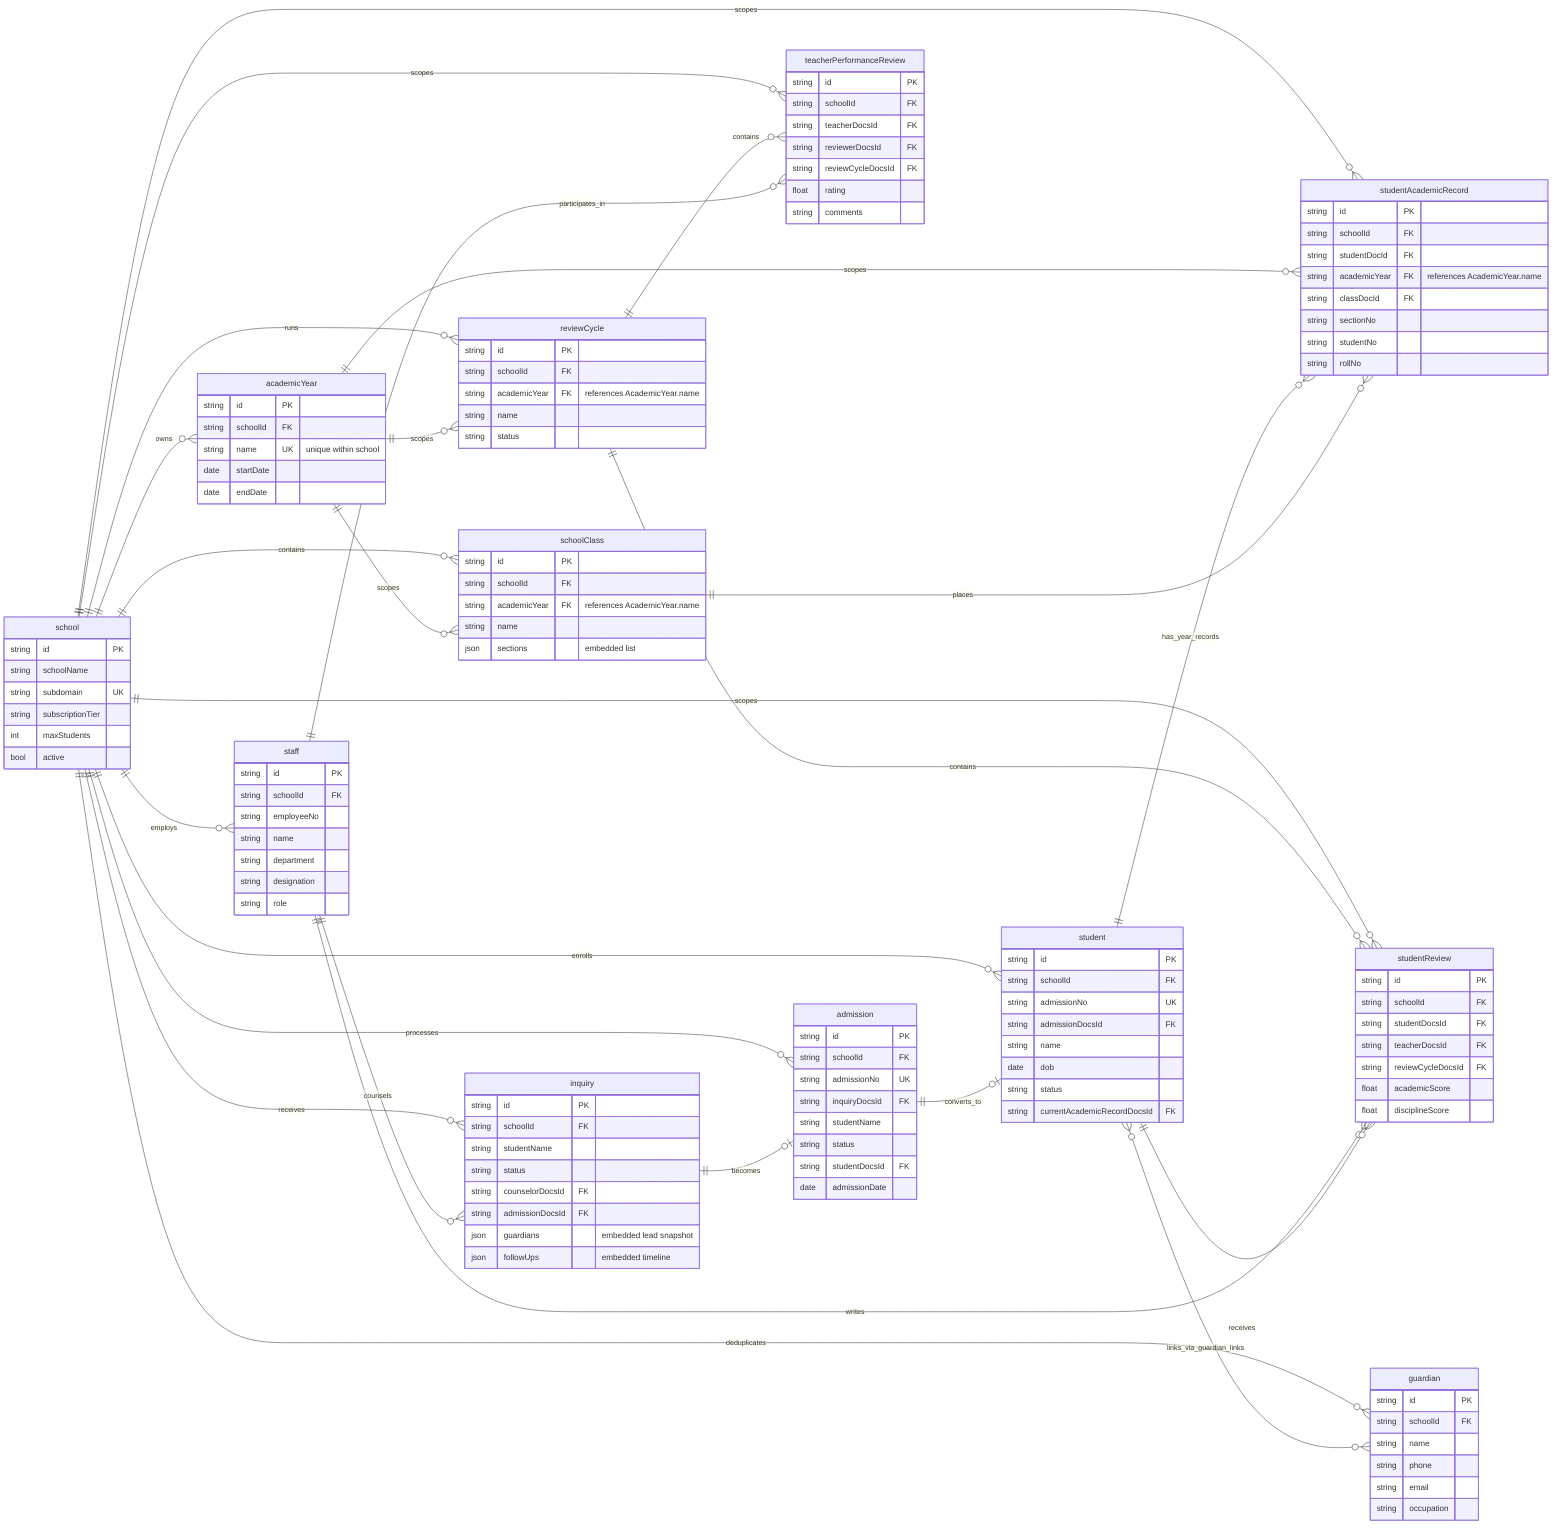
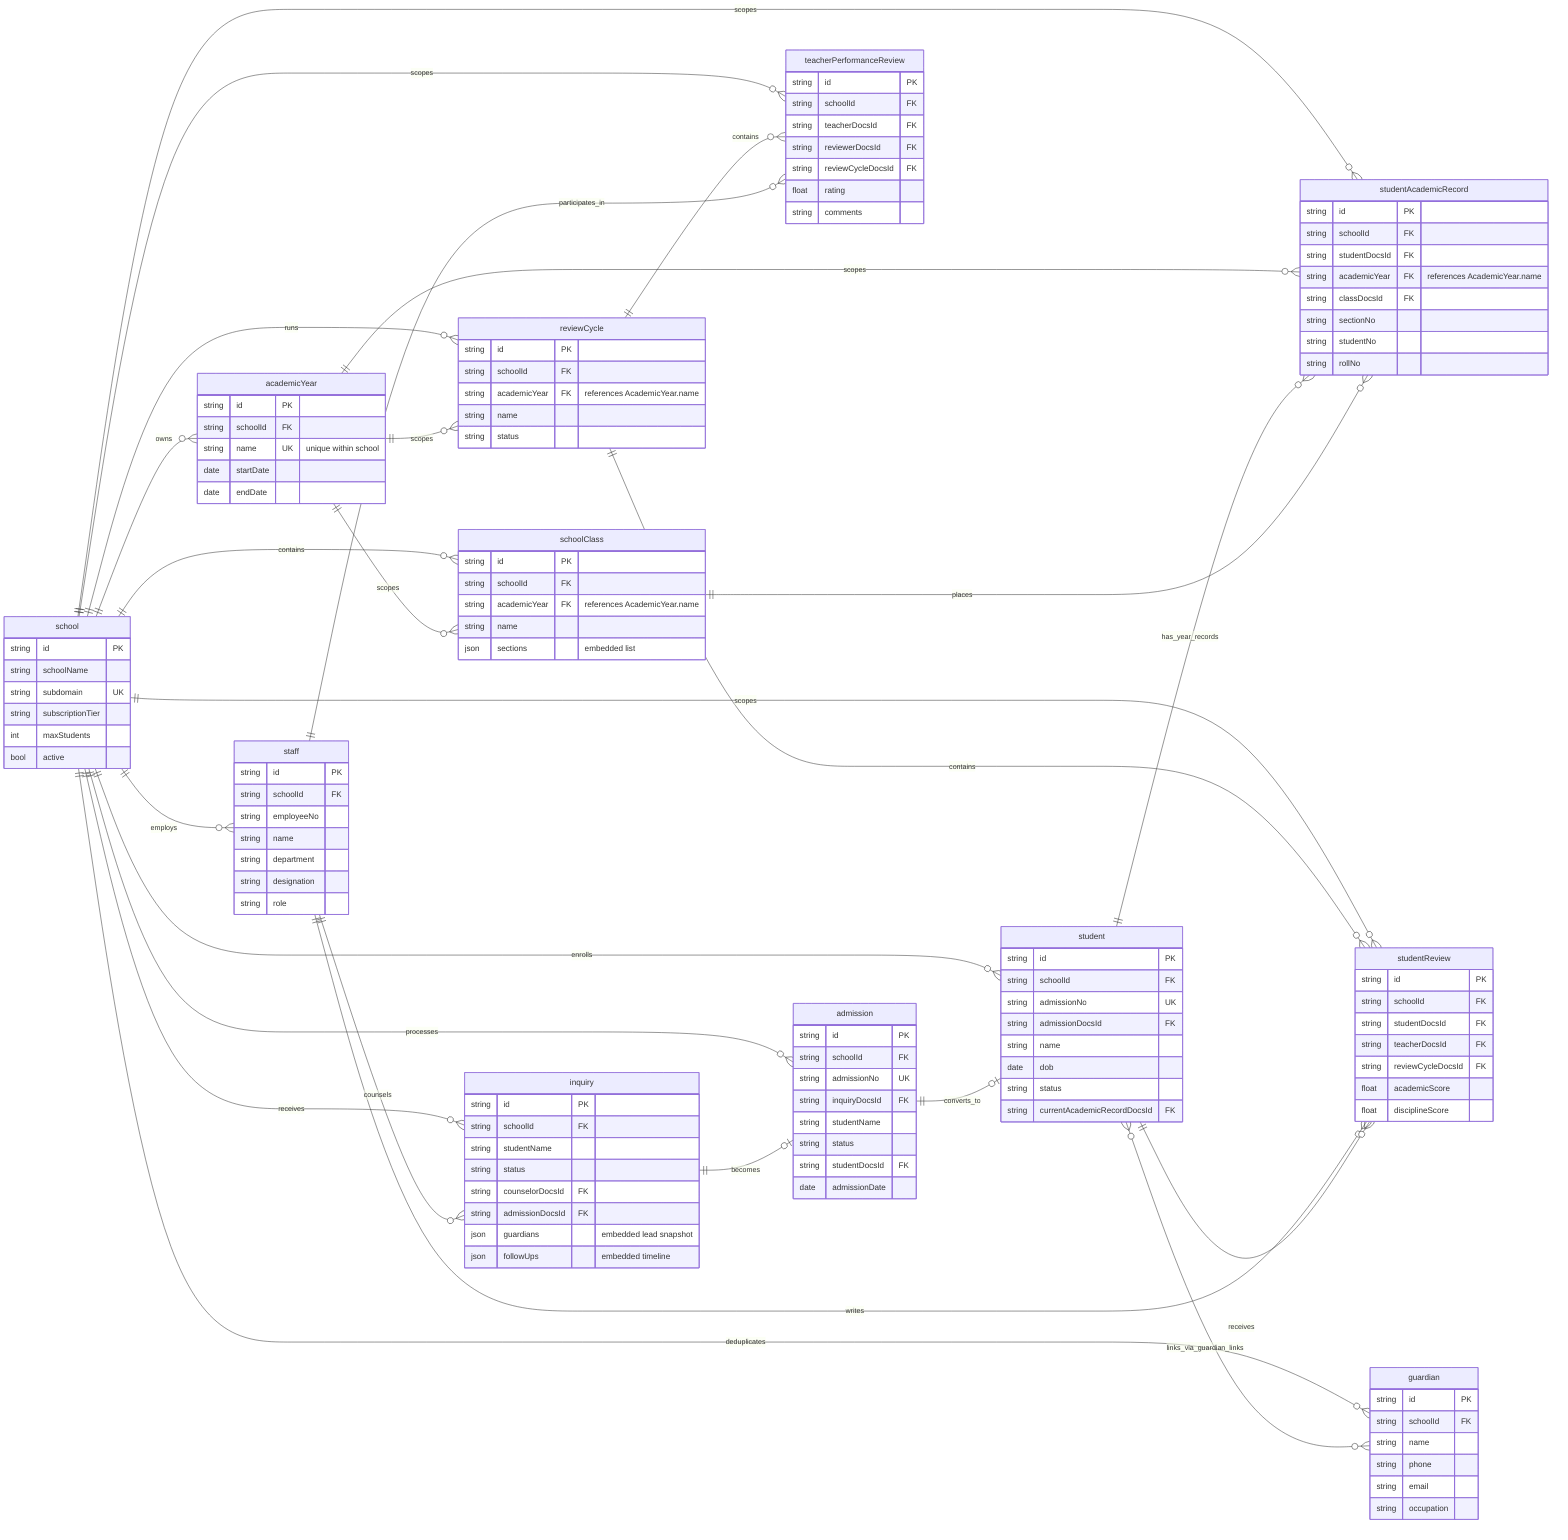
erDiagram
    direction LR

    school {
        string id PK
        string schoolName
        string subdomain UK
        string subscriptionTier
        int maxStudents
        bool active
    }

    academicYear {
        string id PK
        string schoolId FK
        string name UK "unique within school"
        date startDate
        date endDate
    }

    schoolClass {
        string id PK
        string schoolId FK
        string academicYear FK "references AcademicYear.name"
        string name
        json sections "embedded list"
    }

    staff {
        string id PK
        string schoolId FK
        string employeeNo
        string name
        string department
        string designation
        string role
    }

    inquiry {
        string id PK
        string schoolId FK
        string studentName
        string status
        string counselorDocsId FK
        string admissionDocsId FK
        json guardians "embedded lead snapshot"
        json followUps "embedded timeline"
    }

    admission {
        string id PK
        string schoolId FK
        string admissionNo UK
        string inquiryDocsId FK
        string studentName
        string status
        string studentDocsId FK
        date admissionDate
    }

    student {
        string id PK
        string schoolId FK
        string admissionNo UK
        string admissionDocsId FK
        string name
        date dob
        string status
        string currentAcademicRecordDocsId FK
    }

    guardian {
        string id PK
        string schoolId FK
        string name
        string phone
        string email
        string occupation
    }

    studentAcademicRecord {
        string id PK
        string schoolId FK
-         string studentDocId FK
+         string studentDocsId FK
        string academicYear FK "references AcademicYear.name"
-         string classDocId FK
+         string classDocsId FK
        string sectionNo
        string studentNo
        string rollNo
    }

    reviewCycle {
        string id PK
        string schoolId FK
        string academicYear FK "references AcademicYear.name"
        string name
        string status
    }

    studentReview {
        string id PK
        string schoolId FK
        string studentDocsId FK
        string teacherDocsId FK
        string reviewCycleDocsId FK
        float academicScore
        float disciplineScore
    }

    teacherPerformanceReview {
        string id PK
        string schoolId FK
        string teacherDocsId FK
        string reviewerDocsId FK
        string reviewCycleDocsId FK
        float rating
        string comments
    }

    school ||--o{ academicYear : owns
    school ||--o{ schoolClass : contains
    school ||--o{ staff : employs
    school ||--o{ inquiry : receives
    school ||--o{ admission : processes
    school ||--o{ student : enrolls
    school ||--o{ guardian : deduplicates
    school ||--o{ studentAcademicRecord : scopes
    school ||--o{ reviewCycle : runs
    school ||--o{ studentReview : scopes
    school ||--o{ teacherPerformanceReview : scopes

    academicYear ||--o{ schoolClass : scopes
    academicYear ||--o{ studentAcademicRecord : scopes
    academicYear ||--o{ reviewCycle : scopes

    staff ||--o{ inquiry : counsels
    inquiry ||--o| admission : becomes
    admission ||--o| student : converts_to

    student }o--o{ guardian : links_via_guardian_links
    student ||--o{ studentAcademicRecord : has_year_records
    schoolClass ||--o{ studentAcademicRecord : places

    reviewCycle ||--o{ studentReview : contains
    staff ||--o{ studentReview : writes
    student ||--o{ studentReview : receives

    reviewCycle ||--o{ teacherPerformanceReview : contains
    staff ||--o{ teacherPerformanceReview : participates_in
